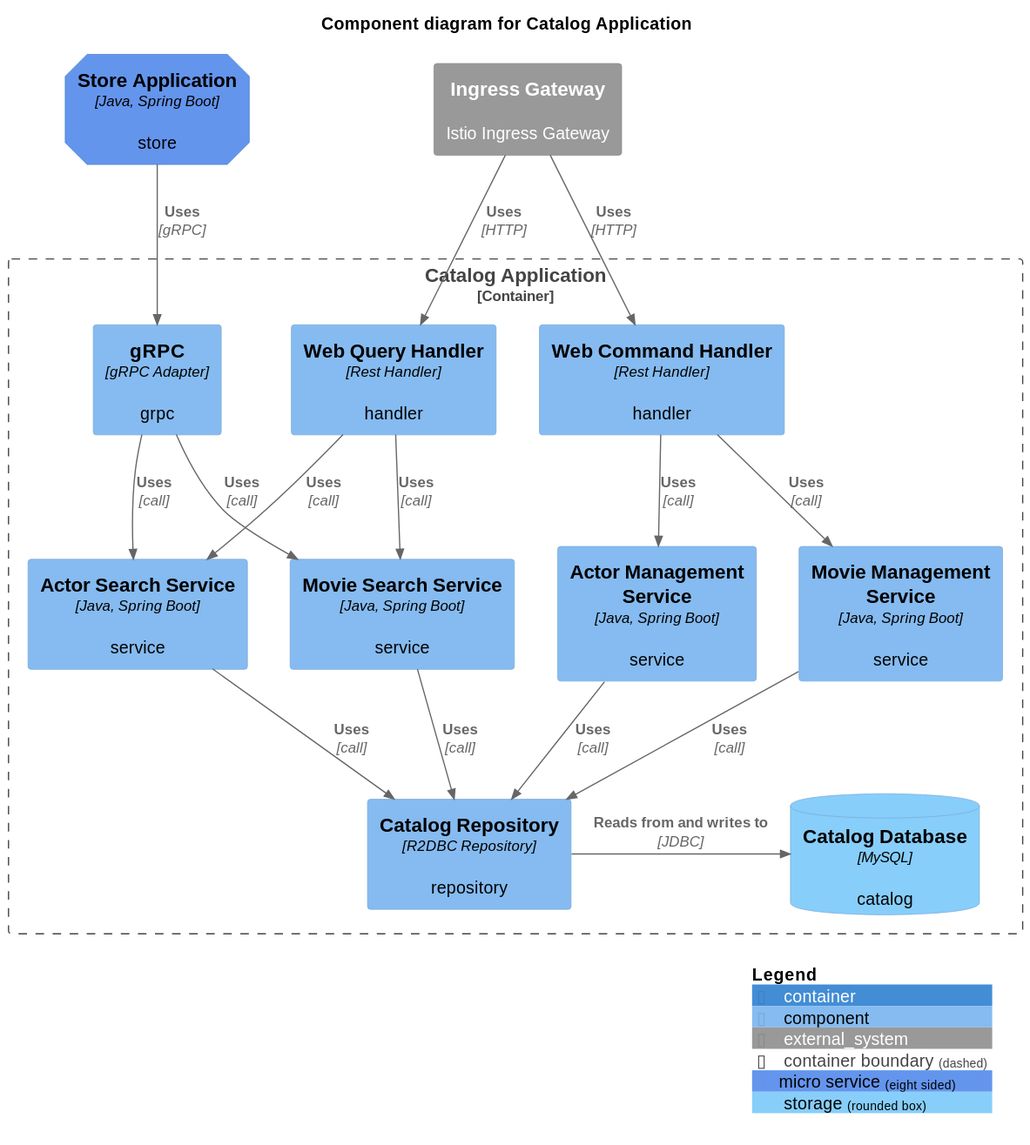
codejsha/sakila-microservices keeps this PlantUML diagram as diagram/component/catalog-application.svg. Above is the earlier version.
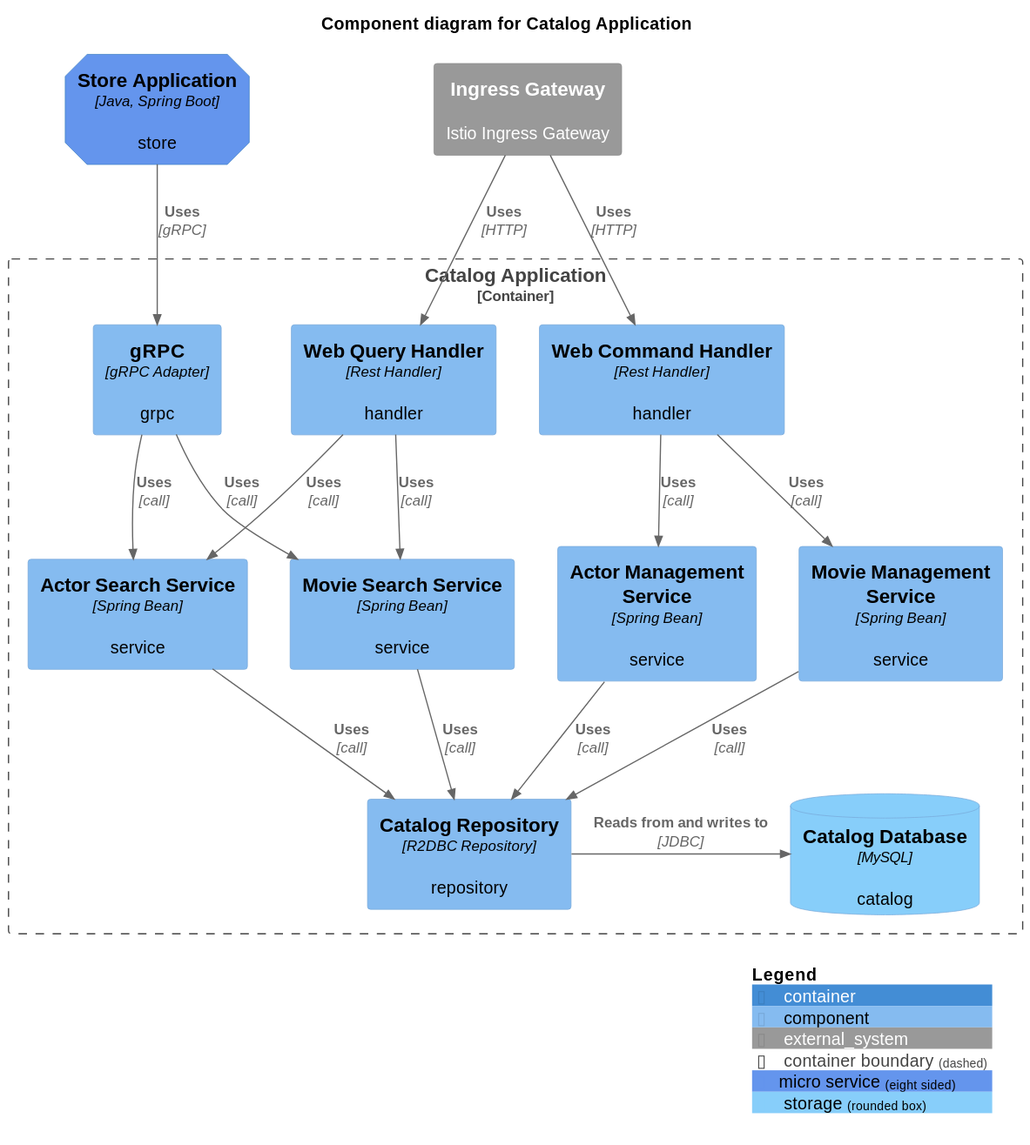
After the commit.

The edit, as a diff of the source:
```diff
@@ -13,10 +13,10 @@
     Component(command_handler, "Web Command Handler", "Rest Handler", "handler")
     Component(query_handler, "Web Query Handler", "Rest Handler", "handler")
     Component(grpc, "gRPC", "gRPC Adapter", "grpc")
-    Component(actor_mgmt_service, "Actor Management Service", "Java, Spring Boot", "service")
-    Component(actor_search_service, "Actor Search Service", "Java, Spring Boot", "service")
-    Component(movie_mgmt_service, "Movie Management Service", "Java, Spring Boot", "service")
-    Component(movie_search_service, "Movie Search Service", "Java, Spring Boot", "service")
+    Component(actor_mgmt_service, "Actor Management Service", "Spring Bean", "service")
+    Component(actor_search_service, "Actor Search Service", "Spring Bean", "service")
+    Component(movie_mgmt_service, "Movie Management Service", "Spring Bean", "service")
+    Component(movie_search_service, "Movie Search Service", "Spring Bean", "service")
     Component(catalog_repository, "Catalog Repository", "R2DBC Repository", "repository")
     ComponentDb(catalog_db, "Catalog Database", "MySQL", "catalog", $tags = "storage")
 
```
